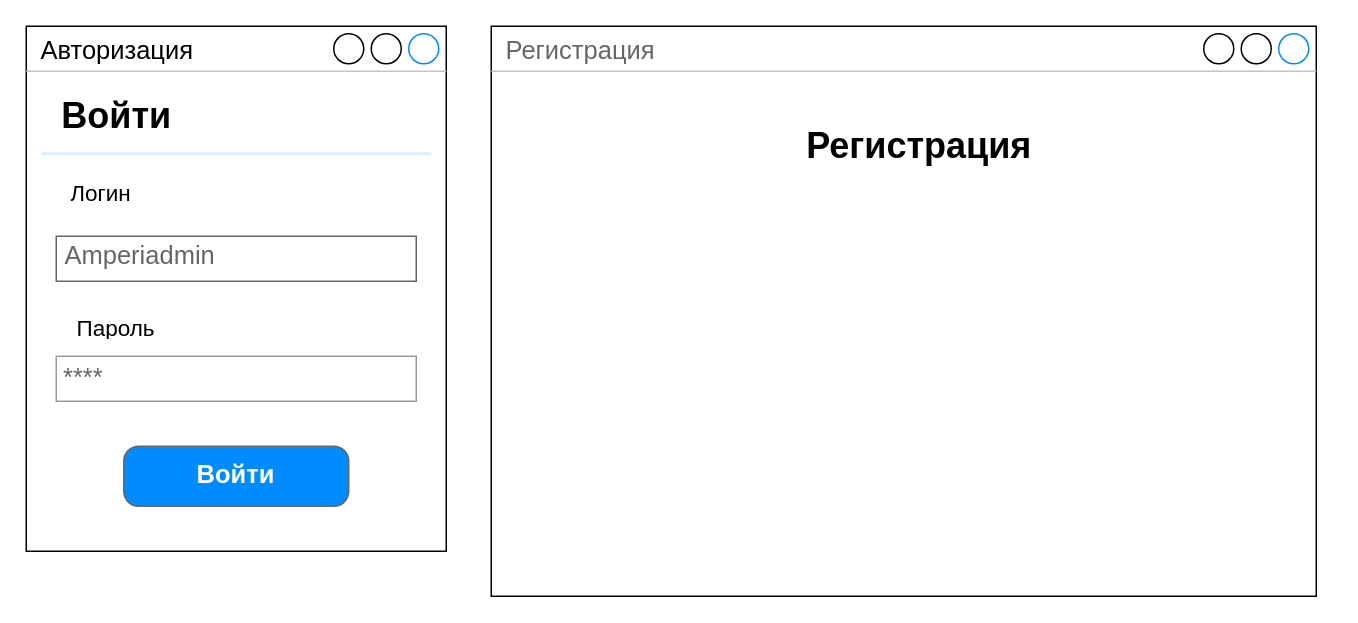
Earlier version of the draw.io diagram Untitled Diagram.drawio (Natasaruk/PPMixCart). Source tidied: cells renumbered, new cells numbered last; positions are measured from the earlier drawing's top-left corner, leaving out a move shared by most shapes. Both pictures are drawn from the tidied source at 150%, with x=0, y=0 at pixel (26, 26).
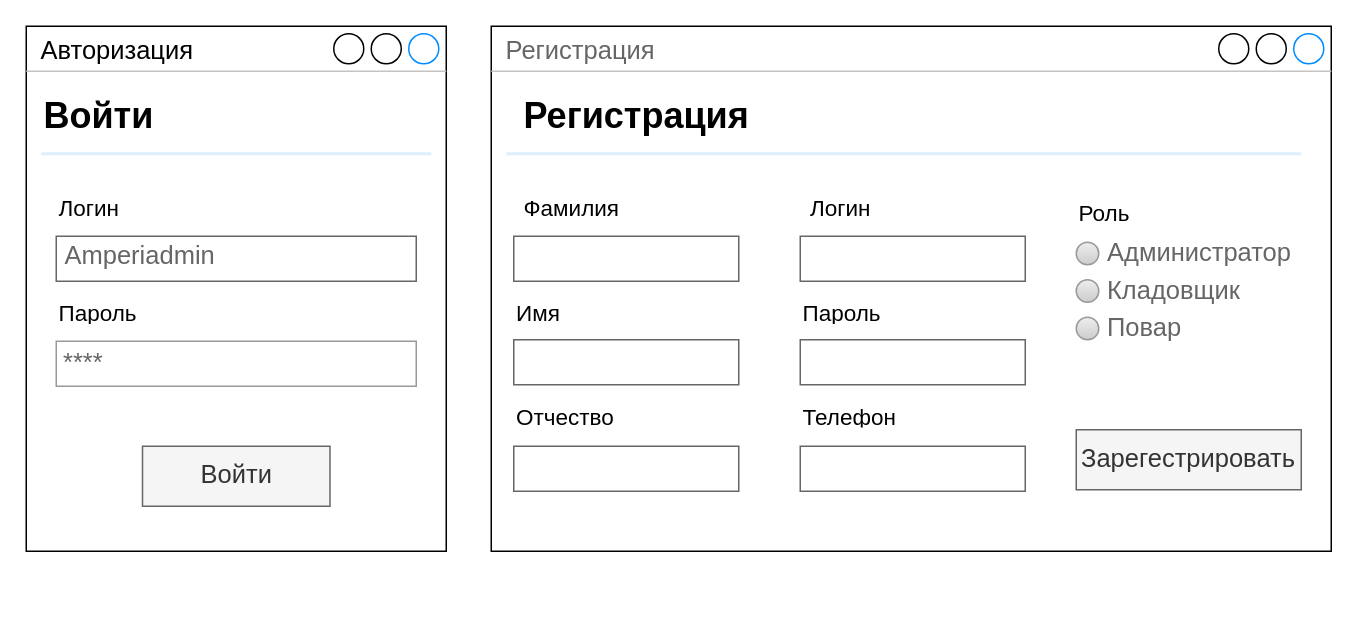
The same diagram, later.

The edit, as a diff of the source:
```diff
@@
-    <mxCell id="2" value="Авторизация&lt;br&gt;" style="strokeWidth=1;shadow=0;dashed=0;align=center;html=1;shape=mxgraph.mockup.containers.window;align=left;verticalAlign=top;spacingLeft=8;strokeColor2=#008cff;strokeColor3=#c4c4c4;mainText=;fontSize=17;labelBackgroundColor=none;" parent="1" vertex="1">
+    <mxCell id="2" value="Авторизация&lt;br&gt;" style="strokeWidth=1;shadow=0;dashed=0;align=left;html=1;shape=mxgraph.mockup.containers.window;align=left;verticalAlign=top;spacingLeft=8;strokeColor2=#008cff;strokeColor3=#c4c4c4;mainText=;fontSize=17;labelBackgroundColor=none;" parent="1" vertex="1">
       <mxGeometry width="280" height="350" as="geometry" />
     </mxCell>
-    <mxCell id="3" value="Amperiadmin" style="strokeWidth=1;shadow=0;dashed=0;align=center;html=1;shape=mxgraph.mockup.text.textBox;fontColor=#666666;align=left;fontSize=17;spacingLeft=4;spacingTop=-3;strokeColor=#666666;mainText=;gradientColor=none;" parent="1" vertex="1">
+    <mxCell id="3" value="Amperiadmin" style="strokeWidth=1;shadow=0;dashed=0;align=left;html=1;shape=mxgraph.mockup.text.textBox;fontColor=#666666;align=left;fontSize=17;spacingLeft=4;spacingTop=-3;strokeColor=#666666;mainText=;gradientColor=none;" parent="1" vertex="1">
       <mxGeometry x="20" y="140" width="240" height="30" as="geometry" />
     </mxCell>
-    <mxCell id="4" value="Логин" style="text;html=1;strokeColor=none;fillColor=none;align=center;verticalAlign=middle;whiteSpace=wrap;overflow=hidden;fontSize=15;" parent="1" vertex="1">
-      <mxGeometry x="10" y="100" width="80" height="20" as="geometry" />
+    <mxCell id="4" value="Логин" style="text;html=1;strokeColor=none;fillColor=none;align=left;verticalAlign=middle;whiteSpace=wrap;overflow=hidden;fontSize=15;" parent="1" vertex="1">
+      <mxGeometry x="20" y="110" width="80" height="20" as="geometry" />
     </mxCell>
-    <mxCell id="5" value="Пароль" style="text;html=1;strokeColor=none;fillColor=none;align=center;verticalAlign=middle;whiteSpace=wrap;overflow=hidden;fontSize=15;" parent="1" vertex="1">
-      <mxGeometry x="20" y="190" width="80" height="20" as="geometry" />
+    <mxCell id="5" value="Пароль" style="text;html=1;strokeColor=none;fillColor=none;align=left;verticalAlign=middle;whiteSpace=wrap;overflow=hidden;fontSize=15;" parent="1" vertex="1">
+      <mxGeometry x="20" y="180" width="80" height="20" as="geometry" />
     </mxCell>
-    <mxCell id="6" value="Войти" style="strokeWidth=1;shadow=0;dashed=0;align=center;html=1;shape=mxgraph.mockup.buttons.button;strokeColor=#666666;fontColor=#ffffff;mainText=;buttonStyle=round;fontSize=17;fontStyle=1;fillColor=#008cff;whiteSpace=wrap;" parent="1" vertex="1">
-      <mxGeometry x="65" y="280" width="150" height="40" as="geometry" />
-    </mxCell>
-    <mxCell id="7" value="Войти" style="text;strokeColor=none;fillColor=none;html=1;fontSize=24;fontStyle=1;verticalAlign=middle;align=center;" parent="1" vertex="1">
+    <mxCell id="7" value="Войти" style="text;strokeColor=none;fillColor=none;html=1;fontSize=24;fontStyle=1;verticalAlign=middle;align=left;" parent="1" vertex="1">
       <mxGeometry x="10" y="40" width="100" height="40" as="geometry" />
     </mxCell>
-    <mxCell id="8" value="Регистрация" style="strokeWidth=1;shadow=0;dashed=0;align=center;html=1;shape=mxgraph.mockup.containers.window;align=left;verticalAlign=top;spacingLeft=8;strokeColor2=#008cff;strokeColor3=#c4c4c4;fontColor=#666666;mainText=;fontSize=17;labelBackgroundColor=none;gradientColor=none;" parent="1" vertex="1">
-      <mxGeometry x="310" width="550" height="380" as="geometry" />
+    <mxCell id="8" value="Регистрация" style="strokeWidth=1;shadow=0;dashed=0;align=left;html=1;shape=mxgraph.mockup.containers.window;align=left;verticalAlign=top;spacingLeft=8;strokeColor2=#008cff;strokeColor3=#c4c4c4;fontColor=#666666;mainText=;fontSize=17;labelBackgroundColor=none;gradientColor=none;" parent="1" vertex="1">
+      <mxGeometry x="310" width="560" height="350" as="geometry" />
     </mxCell>
-    <mxCell id="9" value="Регистрация" style="text;strokeColor=none;fillColor=none;html=1;fontSize=24;fontStyle=1;verticalAlign=middle;align=center;" parent="1" vertex="1">
-      <mxGeometry x="545" y="60" width="100" height="40" as="geometry" />
+    <mxCell id="9" value="Регистрация" style="text;strokeColor=none;fillColor=none;html=1;fontSize=24;fontStyle=1;verticalAlign=middle;align=left;" parent="1" vertex="1">
+      <mxGeometry x="330" y="40" width="100" height="40" as="geometry" />
     </mxCell>
-    <mxCell id="10" style="shape=line;strokeColor=#ddeeff;strokeWidth=2;html=1;" parent="1" vertex="1">
+    <mxCell id="10" style="shape=line;strokeColor=#ddeeff;strokeWidth=2;html=1;align=left;" parent="1" vertex="1">
       <mxGeometry x="10" y="80" width="260" height="10" as="geometry" />
     </mxCell>
-    <mxCell id="11" value="****" style="strokeWidth=1;shadow=0;dashed=0;align=center;html=1;shape=mxgraph.mockup.forms.pwField;strokeColor=#999999;mainText=;align=left;fontColor=#666666;fontSize=17;spacingLeft=3;gradientColor=none;" parent="1" vertex="1">
-      <mxGeometry x="20" y="220" width="240" height="30" as="geometry" />
+    <mxCell id="11" value="****" style="strokeWidth=1;shadow=0;dashed=0;align=left;html=1;shape=mxgraph.mockup.forms.pwField;strokeColor=#999999;mainText=;align=left;fontColor=#666666;fontSize=17;spacingLeft=3;gradientColor=none;" parent="1" vertex="1">
+      <mxGeometry x="20" y="210" width="240" height="30" as="geometry" />
     </mxCell>
+    <mxCell id="12" style="shape=line;strokeColor=#ddeeff;strokeWidth=2;html=1;align=left;" parent="1" vertex="1">
+      <mxGeometry x="320" y="80" width="530" height="10" as="geometry" />
+    </mxCell>
+    <mxCell id="6" value="Войти" style="rounded=0;whiteSpace=wrap;html=1;fontSize=17;fillColor=#f5f5f5;strokeColor=#666666;fontColor=#333333;align=center;" parent="1" vertex="1">
+      <mxGeometry x="77.5" y="280" width="125" height="40" as="geometry" />
+    </mxCell>
+    <mxCell id="13" value="Отчество" style="text;html=1;strokeColor=none;fillColor=none;align=left;verticalAlign=middle;whiteSpace=wrap;overflow=hidden;fontSize=15;" parent="1" vertex="1">
+      <mxGeometry x="325" y="249" width="80" height="20" as="geometry" />
+    </mxCell>
+    <mxCell id="14" value="Имя" style="text;html=1;strokeColor=none;fillColor=none;align=left;verticalAlign=middle;whiteSpace=wrap;overflow=hidden;fontSize=15;" parent="1" vertex="1">
+      <mxGeometry x="325" y="180" width="80" height="20" as="geometry" />
+    </mxCell>
+    <mxCell id="15" value="Фамилия" style="text;html=1;strokeColor=none;fillColor=none;align=left;verticalAlign=middle;whiteSpace=wrap;overflow=hidden;fontSize=15;" parent="1" vertex="1">
+      <mxGeometry x="330" y="110" width="80" height="20" as="geometry" />
+    </mxCell>
+    <mxCell id="16" style="strokeWidth=1;shadow=0;dashed=0;align=left;html=1;shape=mxgraph.mockup.text.textBox;fontColor=#666666;align=left;fontSize=17;spacingLeft=4;spacingTop=-3;strokeColor=#666666;mainText=;gradientColor=none;" parent="1" vertex="1">
+      <mxGeometry x="325" y="140" width="150" height="30" as="geometry" />
+    </mxCell>
+    <mxCell id="17" style="strokeWidth=1;shadow=0;dashed=0;align=left;html=1;shape=mxgraph.mockup.text.textBox;fontColor=#666666;align=left;fontSize=17;spacingLeft=4;spacingTop=-3;strokeColor=#666666;mainText=;gradientColor=none;" parent="1" vertex="1">
+      <mxGeometry x="325" y="209" width="150" height="30" as="geometry" />
+    </mxCell>
+    <mxCell id="18" style="strokeWidth=1;shadow=0;dashed=0;align=left;html=1;shape=mxgraph.mockup.text.textBox;fontColor=#666666;align=left;fontSize=17;spacingLeft=4;spacingTop=-3;strokeColor=#666666;mainText=;gradientColor=none;" parent="1" vertex="1">
+      <mxGeometry x="325" y="280" width="150" height="30" as="geometry" />
+    </mxCell>
+    <mxCell id="19" value="Пароль" style="text;html=1;strokeColor=none;fillColor=none;align=left;verticalAlign=middle;whiteSpace=wrap;overflow=hidden;fontSize=15;" parent="1" vertex="1">
+      <mxGeometry x="516" y="180" width="80" height="20" as="geometry" />
+    </mxCell>
+    <mxCell id="20" value="Логин" style="text;html=1;strokeColor=none;fillColor=none;align=left;verticalAlign=middle;whiteSpace=wrap;overflow=hidden;fontSize=15;" parent="1" vertex="1">
+      <mxGeometry x="521" y="110" width="80" height="20" as="geometry" />
+    </mxCell>
+    <mxCell id="21" style="strokeWidth=1;shadow=0;dashed=0;align=left;html=1;shape=mxgraph.mockup.text.textBox;fontColor=#666666;align=left;fontSize=17;spacingLeft=4;spacingTop=-3;strokeColor=#666666;mainText=;gradientColor=none;" parent="1" vertex="1">
+      <mxGeometry x="516" y="140" width="150" height="30" as="geometry" />
+    </mxCell>
+    <mxCell id="22" style="strokeWidth=1;shadow=0;dashed=0;align=left;html=1;shape=mxgraph.mockup.text.textBox;fontColor=#666666;align=left;fontSize=17;spacingLeft=4;spacingTop=-3;strokeColor=#666666;mainText=;gradientColor=none;" parent="1" vertex="1">
+      <mxGeometry x="516" y="209" width="150" height="30" as="geometry" />
+    </mxCell>
+    <mxCell id="23" value="Роль" style="text;html=1;strokeColor=none;fillColor=none;align=left;verticalAlign=middle;whiteSpace=wrap;overflow=hidden;fontSize=15;" parent="1" vertex="1">
+      <mxGeometry x="700" y="113" width="80" height="20" as="geometry" />
+    </mxCell>
+    <mxCell id="24" value="Администратор" style="shape=ellipse;fillColor=#eeeeee;strokeColor=#999999;gradientColor=#cccccc;html=1;align=left;spacingLeft=4;fontSize=17;fontColor=#666666;labelPosition=right;shadow=0;" parent="1" vertex="1">
+      <mxGeometry x="700" y="144" width="15" height="15" as="geometry" />
+    </mxCell>
+    <mxCell id="25" value="Кладовщик" style="shape=ellipse;fillColor=#eeeeee;strokeColor=#999999;gradientColor=#cccccc;html=1;align=left;spacingLeft=4;fontSize=17;fontColor=#666666;labelPosition=right;shadow=0;" parent="1" vertex="1">
+      <mxGeometry x="700" y="169" width="15" height="15" as="geometry" />
+    </mxCell>
+    <mxCell id="26" value="Повар" style="shape=ellipse;fillColor=#eeeeee;strokeColor=#999999;gradientColor=#cccccc;html=1;align=left;spacingLeft=4;fontSize=17;fontColor=#666666;labelPosition=right;shadow=0;" parent="1" vertex="1">
+      <mxGeometry x="700" y="194" width="15" height="15" as="geometry" />
+    </mxCell>
+    <mxCell id="27" value="Телефон" style="text;html=1;strokeColor=none;fillColor=none;align=left;verticalAlign=middle;whiteSpace=wrap;overflow=hidden;fontSize=15;" parent="1" vertex="1">
+      <mxGeometry x="516" y="249" width="80" height="20" as="geometry" />
+    </mxCell>
+    <mxCell id="28" style="strokeWidth=1;shadow=0;dashed=0;align=left;html=1;shape=mxgraph.mockup.text.textBox;fontColor=#666666;align=left;fontSize=17;spacingLeft=4;spacingTop=-3;strokeColor=#666666;mainText=;gradientColor=none;" parent="1" vertex="1">
+      <mxGeometry x="516" y="280" width="150" height="30" as="geometry" />
+    </mxCell>
+    <mxCell id="29" value="Зарегестрировать" style="rounded=0;whiteSpace=wrap;html=1;fontSize=17;fillColor=#f5f5f5;strokeColor=#666666;fontColor=#333333;align=center;" parent="1" vertex="1">
+      <mxGeometry x="700" y="269" width="150" height="40" as="geometry" />
+    </mxCell>
```
